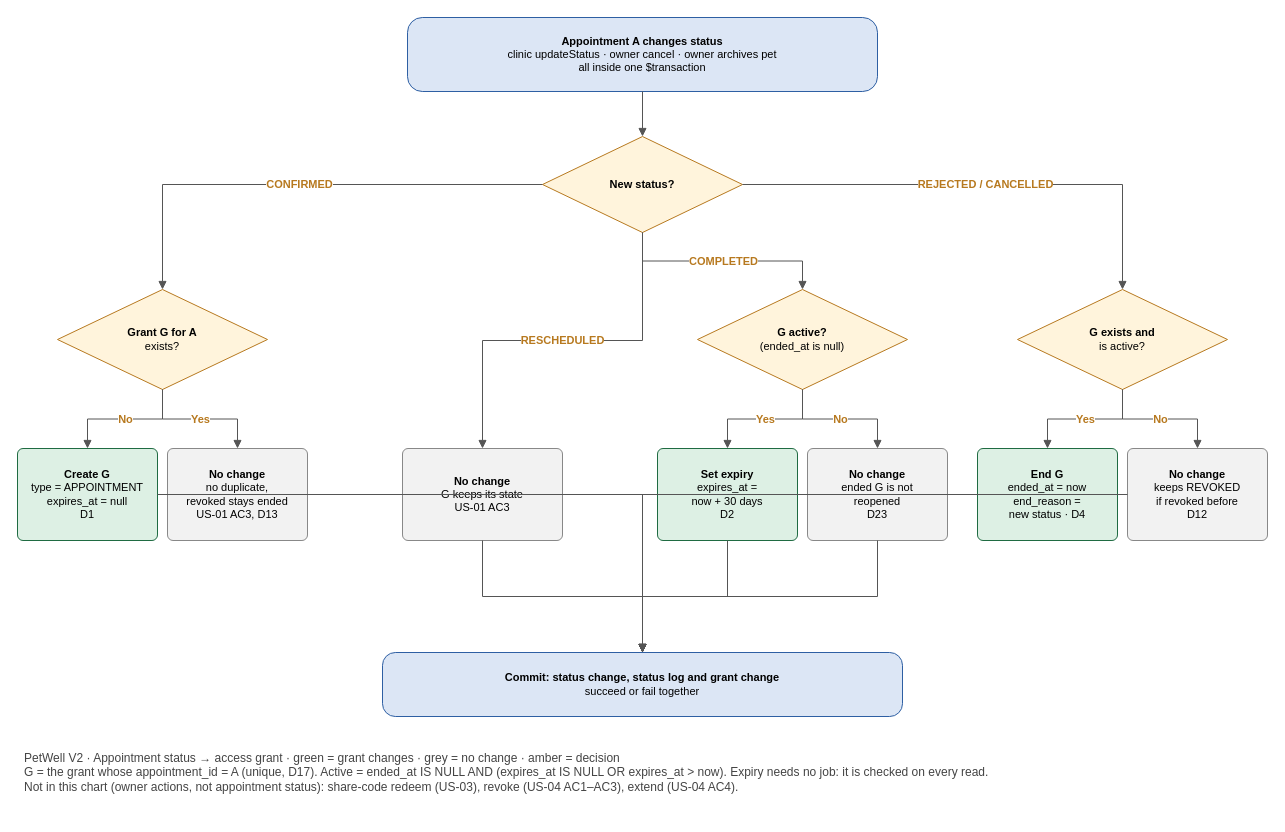
zernpany-fs/PetWell keeps this draw.io diagram as docs/v2/PetWell_Appointment_Grant_Flow.drawio. Above is the earlier version. Source tidied: cells renumbered, new cells numbered last; positions are measured from the earlier drawing's top-left corner, leaving out a move shared by most shapes. Both pictures are drawn from the tidied source at 100%, with x=0, y=0 at pixel (17, 17).
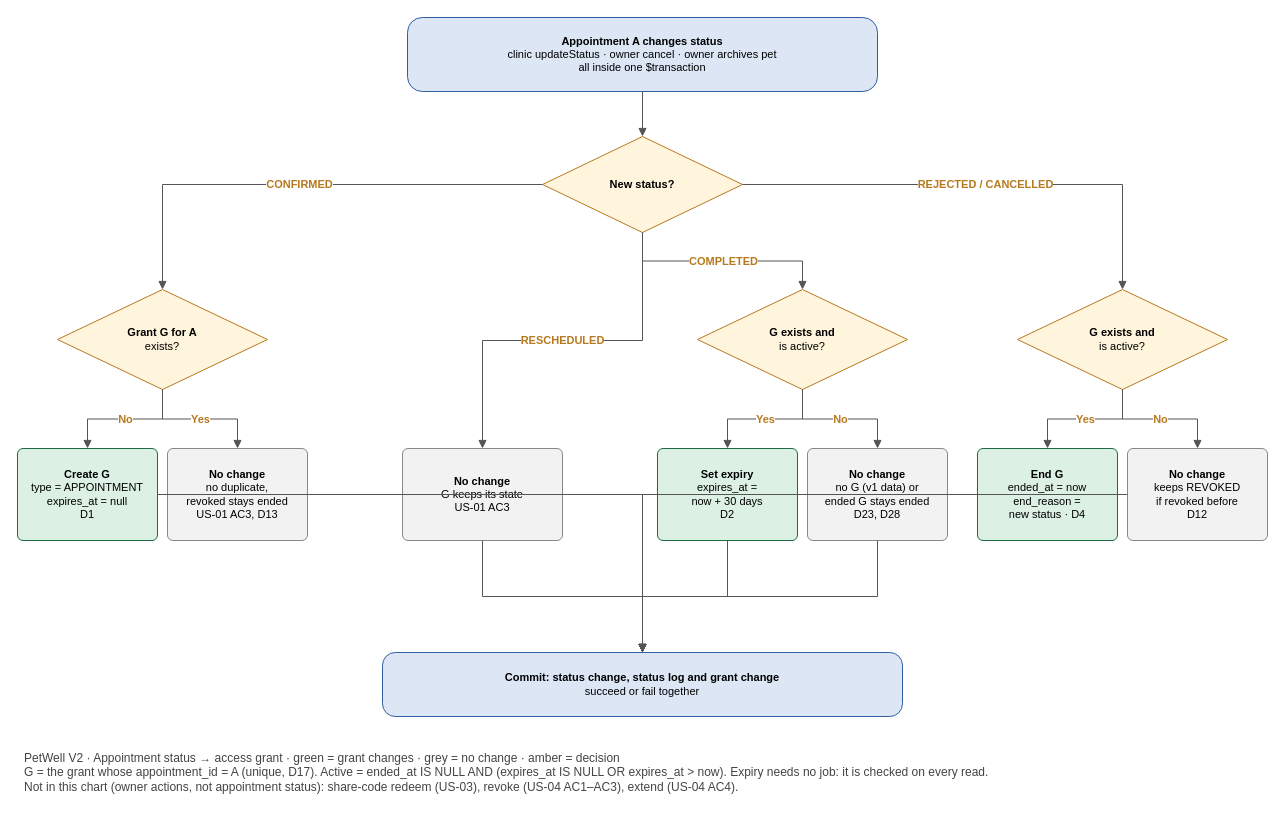
After the change.

Commit message (it also covers changes not shown here):
docs: add D28 to appointment-grant flowchart (COMPLETED with no grant)

The COMPLETED branch now asks "G exists and is active?", like the
REJECTED / CANCELLED branch, matching decideGrantChange.

Claude-Session: https://claude.ai/code/session_014h4M4iJXouHj1LxTDFmiBu

Change to the diagram source:
```diff
@@
-    <mxCell id="8" value="&lt;b&gt;G active?&lt;/b&gt;&lt;br&gt;(ended_at is null)" style="rhombus;whiteSpace=wrap;html=1;fillColor=#FFF4DC;strokeColor=#B7791F;fontSize=11;" parent="1" vertex="1">
+    <mxCell id="8" value="&lt;b&gt;G exists and&lt;/b&gt;&lt;br&gt;is active?" style="rhombus;whiteSpace=wrap;html=1;fillColor=#FFF4DC;strokeColor=#B7791F;fontSize=11;" parent="1" vertex="1">
       <mxGeometry x="680" y="272" width="210" height="100" as="geometry" />
     </mxCell>
@@
-    <mxCell id="10" value="&lt;b&gt;No change&lt;/b&gt;&lt;br&gt;ended G is not&lt;br&gt;reopened&lt;br&gt;D23" style="rounded=1;arcSize=6;whiteSpace=wrap;html=1;fillColor=#F2F2F2;strokeColor=#888888;fontSize=11;" parent="1" vertex="1">
+    <mxCell id="10" value="&lt;b&gt;No change&lt;/b&gt;&lt;br&gt;no G (v1 data) or&lt;br&gt;ended G stays ended&lt;br&gt;D23, D28" style="rounded=1;arcSize=6;whiteSpace=wrap;html=1;fillColor=#F2F2F2;strokeColor=#888888;fontSize=11;" parent="1" vertex="1">
       <mxGeometry x="790" y="431" width="140" height="92" as="geometry" />
     </mxCell>
```
